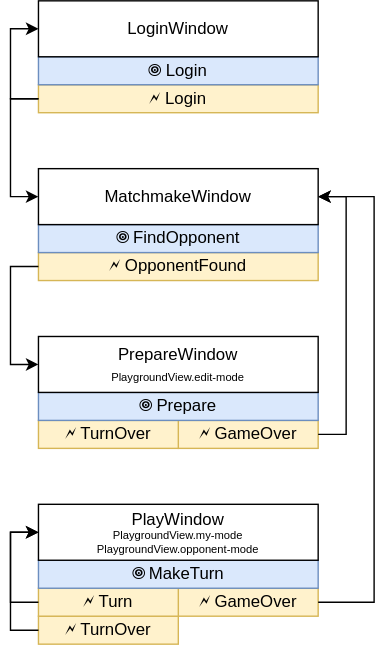
Earlier version of the draw.io export Battleship.Client/Scheme.svg (itsecd/dotnet-battleship). Source tidied: cells renumbered, new cells last; positions are measured from the earlier drawing's top-left corner, leaving out a move shared by most shapes.
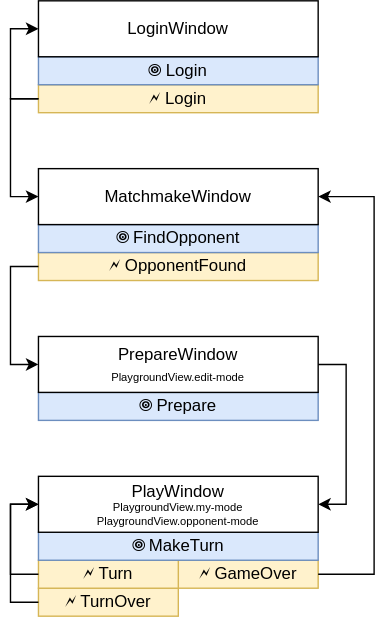
Above is the later version.

Diff of the diagram source:
```diff
@@ -3,20 +3,14 @@
     <mxCell id="0" />
     <mxCell id="1" parent="0" />
     <mxCell id="2" value="&lt;div&gt;🗲 TurnOver&lt;br&gt;&lt;/div&gt;" style="rounded=0;whiteSpace=wrap;html=1;fillColor=#fff2cc;strokeColor=#d6b656;" parent="1" vertex="1">
-      <mxGeometry x="20" y="440" width="100" height="20" as="geometry" />
+      <mxGeometry x="20" y="420" width="100" height="20" as="geometry" />
     </mxCell>
     <mxCell id="3" value="&lt;div&gt;🗲 GameOver&lt;br&gt;&lt;/div&gt;" style="rounded=0;whiteSpace=wrap;html=1;fillColor=#fff2cc;strokeColor=#d6b656;" parent="1" vertex="1">
-      <mxGeometry x="120" y="420" width="100" height="20" as="geometry" />
+      <mxGeometry x="120" y="400" width="100" height="20" as="geometry" />
     </mxCell>
     <mxCell id="4" value="&lt;div&gt;🗲 Turn&lt;br&gt;&lt;/div&gt;" style="rounded=0;whiteSpace=wrap;html=1;fillColor=#fff2cc;strokeColor=#d6b656;" parent="1" vertex="1">
-      <mxGeometry x="20" y="420" width="100" height="20" as="geometry" />
+      <mxGeometry x="20" y="400" width="100" height="20" as="geometry" />
     </mxCell>
-    <mxCell id="5" value="&lt;div&gt;🗲 GameOver&lt;br&gt;&lt;/div&gt;" style="rounded=0;whiteSpace=wrap;html=1;fillColor=#fff2cc;strokeColor=#d6b656;" parent="1" vertex="1">
-      <mxGeometry x="120" y="300" width="100" height="20" as="geometry" />
-    </mxCell>
-    <mxCell id="6" value="&lt;div&gt;🗲 TurnOver&lt;br&gt;&lt;/div&gt;" style="rounded=0;whiteSpace=wrap;html=1;fillColor=#fff2cc;strokeColor=#d6b656;" parent="1" vertex="1">
-      <mxGeometry x="20" y="300" width="100" height="20" as="geometry" />
-    </mxCell>
     <mxCell id="7" value="&lt;div&gt;🗲 OpponentFound&lt;br&gt;&lt;/div&gt;" style="rounded=0;whiteSpace=wrap;html=1;fillColor=#fff2cc;strokeColor=#d6b656;" parent="1" vertex="1">
       <mxGeometry x="20" y="180" width="200" height="20" as="geometry" />
     </mxCell>
@@ -24,7 +18,7 @@
       <mxGeometry x="20" y="60" width="200" height="20" as="geometry" />
     </mxCell>
     <mxCell id="9" value="&lt;div&gt;&lt;span&gt;🞋&lt;/span&gt; MakeTurn&lt;/div&gt;" style="rounded=0;whiteSpace=wrap;html=1;fillColor=#dae8fc;strokeColor=#6c8ebf;" parent="1" vertex="1">
-      <mxGeometry x="20" y="400" width="200" height="20" as="geometry" />
+      <mxGeometry x="20" y="380" width="200" height="20" as="geometry" />
     </mxCell>
     <mxCell id="10" value="&lt;div&gt;&lt;span&gt;🞋&lt;/span&gt; Prepare&lt;/div&gt;" style="rounded=0;whiteSpace=wrap;html=1;fillColor=#dae8fc;strokeColor=#6c8ebf;" parent="1" vertex="1">
       <mxGeometry x="20" y="280" width="200" height="20" as="geometry" />
@@ -39,7 +33,7 @@
       <mxGeometry x="20" width="200" height="40" as="geometry" />
     </mxCell>
     <mxCell id="14" value="&lt;div&gt;PlayWindow&lt;/div&gt;&lt;div style=&quot;font-size: 8px;&quot;&gt;&lt;font style=&quot;font-size: 8px;&quot;&gt;PlaygroundView.my-mode&lt;/font&gt;&lt;/div&gt;&lt;div style=&quot;font-size: 8px;&quot;&gt;&lt;font style=&quot;font-size: 8px;&quot;&gt;PlaygroundView.opponent-mode&lt;/font&gt;&lt;br&gt;&lt;/div&gt;" style="rounded=0;whiteSpace=wrap;html=1;" parent="1" vertex="1">
-      <mxGeometry x="20" y="360" width="200" height="40" as="geometry" />
+      <mxGeometry x="20" y="340" width="200" height="40" as="geometry" />
     </mxCell>
     <mxCell id="15" value="&lt;div&gt;PrepareWindow&lt;/div&gt;&lt;div&gt;&lt;font style=&quot;font-size: 8px;&quot;&gt;PlaygroundView.edit-mode&lt;/font&gt;&lt;br&gt;&lt;/div&gt;" style="rounded=0;whiteSpace=wrap;html=1;" parent="1" vertex="1">
       <mxGeometry x="20" y="240" width="200" height="40" as="geometry" />
@@ -74,32 +68,32 @@
     <mxCell id="20" style="endArrow=classic;html=1;rounded=0;exitX=1;exitY=0.5;exitDx=0;exitDy=0;entryX=1;entryY=0.5;entryDx=0;entryDy=0;" parent="1" edge="1" source="3" target="16">
       <mxGeometry relative="1" as="geometry">
         <Array as="points">
-          <mxPoint x="260" y="430" />
+          <mxPoint x="260" y="410" />
           <mxPoint x="260" y="140" />
         </Array>
       </mxGeometry>
     </mxCell>
-    <mxCell id="21" style="endArrow=classic;html=1;rounded=0;exitX=1;exitY=0.5;exitDx=0;exitDy=0;entryX=1;entryY=0.5;entryDx=0;entryDy=0;" parent="1" edge="1" source="5" target="16">
+    <mxCell id="21" style="endArrow=classic;html=1;rounded=0;exitX=1;exitY=0.5;exitDx=0;exitDy=0;entryX=1;entryY=0.5;entryDx=0;entryDy=0;" parent="1" edge="1" source="15" target="14">
       <mxGeometry relative="1" as="geometry">
         <Array as="points">
-          <mxPoint x="240" y="310" />
-          <mxPoint x="240" y="140" />
+          <mxPoint x="240" y="260" />
+          <mxPoint x="240" y="360" />
         </Array>
       </mxGeometry>
     </mxCell>
     <mxCell id="22" style="endArrow=classic;html=1;rounded=0;entryX=0;entryY=0.5;entryDx=0;entryDy=0;exitX=0;exitY=0.5;exitDx=0;exitDy=0;" parent="1" edge="1" source="4" target="14">
       <mxGeometry relative="1" as="geometry">
         <Array as="points">
-          <mxPoint y="430" />
-          <mxPoint y="380" />
+          <mxPoint y="410" />
+          <mxPoint y="360" />
         </Array>
       </mxGeometry>
     </mxCell>
     <mxCell id="23" style="endArrow=classic;html=1;rounded=0;entryX=0;entryY=0.5;entryDx=0;entryDy=0;exitX=0;exitY=0.5;exitDx=0;exitDy=0;" parent="1" edge="1" source="2" target="14">
       <mxGeometry relative="1" as="geometry">
         <Array as="points">
-          <mxPoint y="450" />
-          <mxPoint y="380" />
+          <mxPoint y="430" />
+          <mxPoint y="360" />
         </Array>
       </mxGeometry>
     </mxCell>
```
